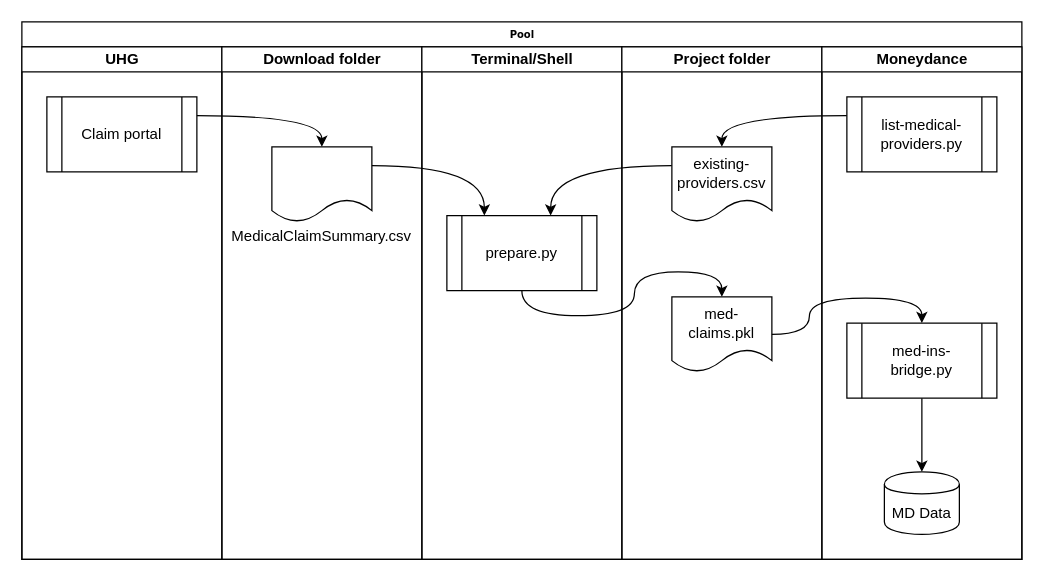
cronical/claim-bridge keeps this draw.io diagram as system-diagram.drawio. Above is the earlier version. Source tidied: cells renumbered, new cells numbered last; positions are measured from the earlier drawing's top-left corner, leaving out a move shared by most shapes. Both pictures are drawn from the tidied source at 125%, with x=0, y=0 at pixel (21, 21).
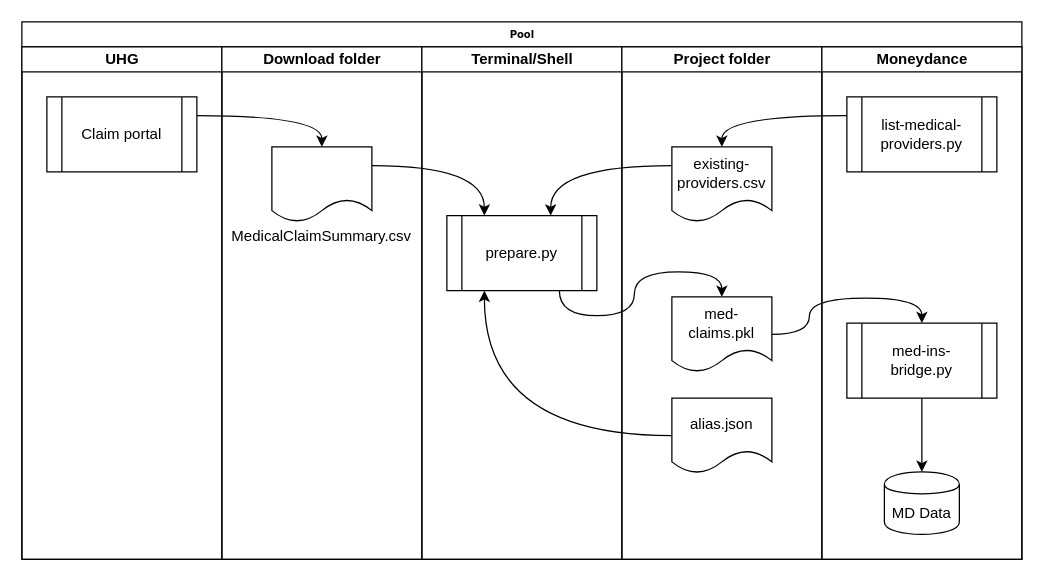
The same page after the edit.

Unchanged cells that the change refers to:
```xml
<mxCell id="2" value="Pool" style="swimlane;html=1;startSize=20;rounded=0;shadow=0;labelBackgroundColor=none;strokeWidth=1;fontFamily=Verdana;fontSize=8;align=center;" parent="1" vertex="1">
  <mxGeometry width="800" height="430" as="geometry" />
</mxCell>
<mxCell id="11" value="prepare.py" style="shape=process;whiteSpace=wrap;html=1;backgroundOutline=1;" parent="10" vertex="1">
  <mxGeometry x="20" y="135" width="120" height="60" as="geometry" />
</mxCell>
<mxCell id="14" value="Project folder" style="swimlane;html=1;startSize=20;" parent="2" vertex="1">
  <mxGeometry x="480" y="20" width="160" height="410" as="geometry" />
</mxCell>
<mxCell id="17" value="med-claims.pkl" style="shape=document;whiteSpace=wrap;html=1;boundedLbl=1;" parent="16" vertex="1">
  <mxGeometry width="80" height="60" as="geometry" />
</mxCell>
```

What changed in the source:
```diff
@@
-    <mxCell id="12" style="edgeStyle=orthogonalEdgeStyle;curved=1;rounded=0;jettySize=auto;html=1;exitX=0.5;exitY=1;exitDx=0;exitDy=0;" parent="2" edge="1" source="11" target="17">
+    <mxCell id="12" style="edgeStyle=orthogonalEdgeStyle;curved=1;rounded=0;jettySize=auto;html=1;exitX=0.75;exitY=1;exitDx=0;exitDy=0;" parent="2" edge="1" source="11" target="17">
       <mxGeometry relative="1" as="geometry" />
     </mxCell>
@@
+    <mxCell id="29" style="group;" parent="14" vertex="1">
+      <mxGeometry x="40" y="281" width="80" height="60" as="geometry" />
+    </mxCell>
+    <mxCell id="30" style="group;" parent="29" vertex="1">
+      <mxGeometry width="80" height="60" as="geometry" />
+    </mxCell>
+    <mxCell id="31" value="alias.json" style="shape=document;whiteSpace=wrap;html=1;boundedLbl=1;" parent="30" vertex="1">
+      <mxGeometry width="80" height="60" as="geometry" />
+    </mxCell>
@@
+    <mxCell id="32" style="edgeStyle=orthogonalEdgeStyle;curved=1;rounded=0;jettySize=auto;html=1;exitX=0;exitY=0.5;exitDx=0;exitDy=0;entryX=0.25;entryY=1;entryDx=0;entryDy=0;" parent="2" edge="1" source="31" target="11">
+      <mxGeometry relative="1" as="geometry" />
+    </mxCell>
```
